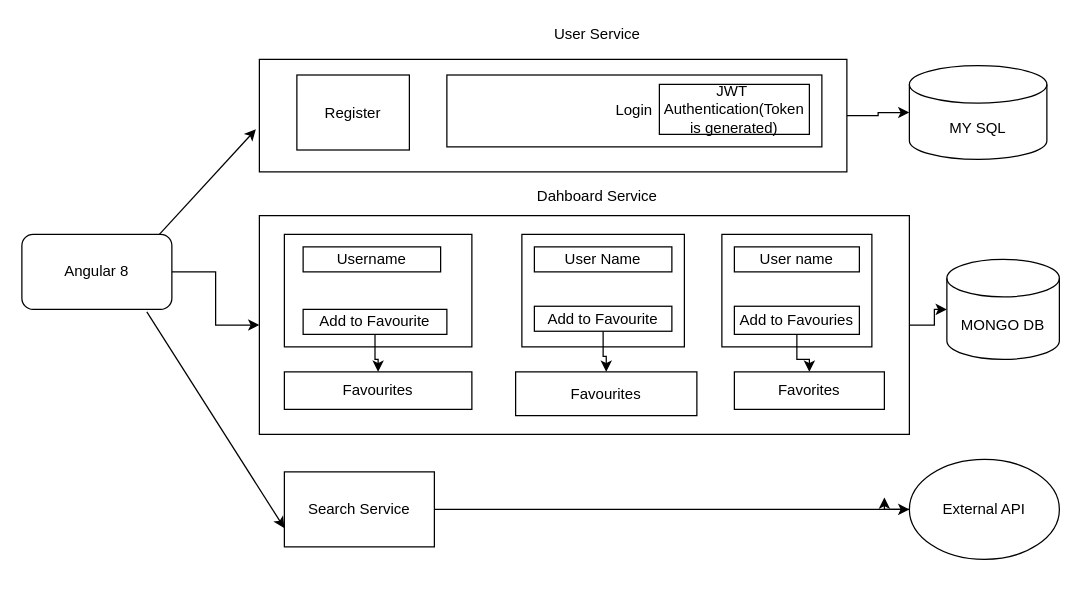
This is Untitled Diagram.drawio from kalavalajyothsna/config-service-repository, a draw.io file, before an edit. Source tidied: cells renumbered, new cells numbered last; positions are measured from the earlier drawing's top-left corner, leaving out a move shared by most shapes. Both pictures are drawn from the tidied source at 125%, with x=0, y=0 at pixel (21, 21).
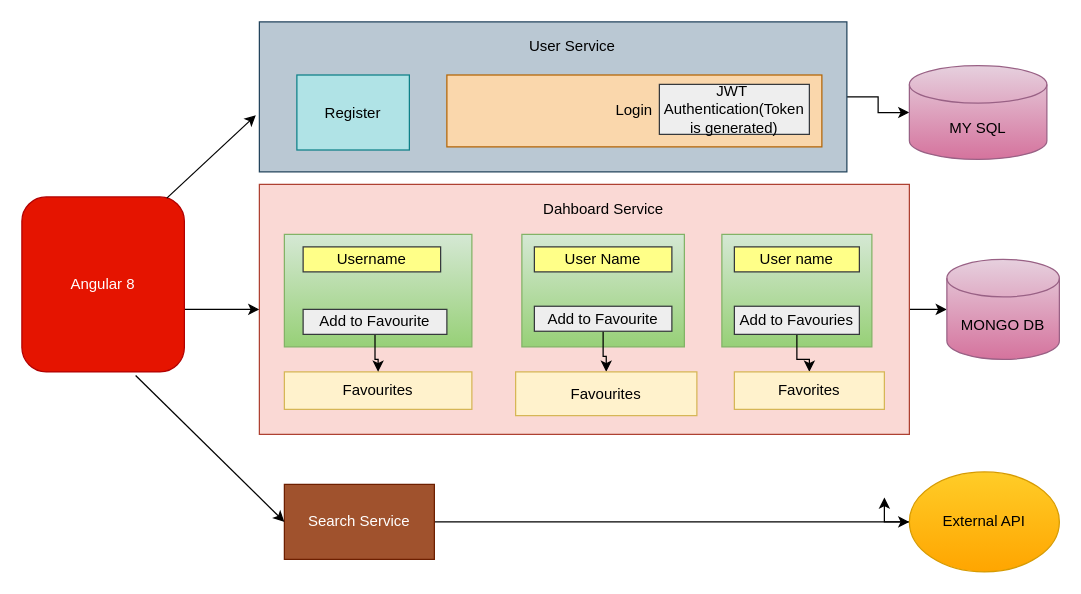
Above is the later version.

What changed in the source:
```diff
@@
     <mxCell id="2" style="edgeStyle=orthogonalEdgeStyle;rounded=0;jettySize=auto;html=1;" parent="1" edge="1" source="3" target="7">
-      <mxGeometry relative="1" as="geometry" />
+      <mxGeometry relative="1" as="geometry">
+        <Array as="points">
+          <mxPoint x="150" y="230" />
+          <mxPoint x="150" y="230" />
+        </Array>
+      </mxGeometry>
     </mxCell>
-    <mxCell id="3" value="Angular 8" style="rounded=1;whiteSpace=wrap;html=1;" parent="1" vertex="1">
-      <mxGeometry y="170" width="120" height="60" as="geometry" />
+    <mxCell id="3" value="Angular 8" style="rounded=1;whiteSpace=wrap;html=1;fillColor=#e51400;strokeColor=#B20000;fontColor=#ffffff;" parent="1" vertex="1">
+      <mxGeometry y="140" width="130" height="140" as="geometry" />
     </mxCell>
@@
-    <mxCell id="5" style="rounded=0;whiteSpace=wrap;html=1;" parent="1" vertex="1">
-      <mxGeometry x="190" y="30" width="470" height="90" as="geometry" />
+    <mxCell id="5" style="rounded=0;whiteSpace=wrap;html=1;fillColor=#bac8d3;strokeColor=#23445d;" parent="1" vertex="1">
+      <mxGeometry x="190" width="470" height="120" as="geometry" />
     </mxCell>
@@
-    <mxCell id="7" style="rounded=0;whiteSpace=wrap;html=1;" parent="1" vertex="1">
-      <mxGeometry x="190" y="155" width="520" height="175" as="geometry" />
+    <mxCell id="7" style="rounded=0;whiteSpace=wrap;html=1;fillColor=#fad9d5;strokeColor=#ae4132;" parent="1" vertex="1">
+      <mxGeometry x="190" y="130" width="520" height="200" as="geometry" />
     </mxCell>
@@
-    <mxCell id="9" value="Search Service" style="rounded=0;whiteSpace=wrap;html=1;" parent="1" vertex="1">
-      <mxGeometry x="210" y="360" width="120" height="60" as="geometry" />
+    <mxCell id="9" value="Search Service" style="rounded=0;whiteSpace=wrap;html=1;fillColor=#a0522d;strokeColor=#6D1F00;fontColor=#ffffff;" parent="1" vertex="1">
+      <mxGeometry x="210" y="370" width="120" height="60" as="geometry" />
     </mxCell>
-    <mxCell id="10" value="MY SQL" style="shape=cylinder3;whiteSpace=wrap;html=1;boundedLbl=1;backgroundOutline=1;size=15;" parent="1" vertex="1">
+    <mxCell id="10" value="MY SQL" style="shape=cylinder3;whiteSpace=wrap;html=1;boundedLbl=1;backgroundOutline=1;size=15;fillColor=#e6d0de;strokeColor=#996185;gradientColor=#d5739d;" parent="1" vertex="1">
       <mxGeometry x="710" y="35" width="110" height="75" as="geometry" />
     </mxCell>
-    <mxCell id="11" value="Login" style="rounded=0;whiteSpace=wrap;html=1;" parent="1" vertex="1">
+    <mxCell id="11" value="Login" style="rounded=0;whiteSpace=wrap;html=1;fillColor=#fad7ac;strokeColor=#b46504;" parent="1" vertex="1">
       <mxGeometry x="340" y="42.5" width="300" height="57.5" as="geometry" />
     </mxCell>
-    <mxCell id="12" value="Register" style="rounded=0;whiteSpace=wrap;html=1;" parent="1" vertex="1">
+    <mxCell id="12" value="Register" style="rounded=0;whiteSpace=wrap;html=1;fillColor=#b0e3e6;strokeColor=#0e8088;" parent="1" vertex="1">
       <mxGeometry x="220" y="42.5" width="90" height="60" as="geometry" />
     </mxCell>
     <mxCell id="13" value="User Service" style="text;html=1;align=center;verticalAlign=middle;" parent="1" vertex="1">
-      <mxGeometry x="420" width="80" height="20" as="geometry" />
+      <mxGeometry x="400" y="10" width="80" height="20" as="geometry" />
     </mxCell>
-    <mxCell id="14" value="JWT&amp;nbsp;&lt;br&gt;Authentication(Token is generated)" style="rounded=0;whiteSpace=wrap;html=1;" parent="1" vertex="1">
+    <mxCell id="14" value="JWT&amp;nbsp;&lt;br&gt;Authentication(Token is generated)" style="rounded=0;whiteSpace=wrap;html=1;fillColor=#eeeeee;strokeColor=#36393d;" parent="1" vertex="1">
       <mxGeometry x="510" y="50" width="120" height="40" as="geometry" />
     </mxCell>
-    <mxCell id="15" value="Favourites" style="rounded=0;whiteSpace=wrap;html=1;" parent="1" vertex="1">
+    <mxCell id="15" value="Favourites" style="rounded=0;whiteSpace=wrap;html=1;fillColor=#fff2cc;strokeColor=#d6b656;" parent="1" vertex="1">
       <mxGeometry x="210" y="280" width="150" height="30" as="geometry" />
     </mxCell>
     <mxCell id="16" value="Dahboard Service" style="text;html=1;align=center;verticalAlign=middle;" parent="1" vertex="1">
-      <mxGeometry x="405" y="130" width="110" height="20" as="geometry" />
+      <mxGeometry x="410" y="140" width="110" height="20" as="geometry" />
     </mxCell>
-    <mxCell id="17" value="MONGO DB" style="shape=cylinder3;whiteSpace=wrap;html=1;boundedLbl=1;backgroundOutline=1;size=15;" parent="1" vertex="1">
+    <mxCell id="17" value="MONGO DB" style="shape=cylinder3;whiteSpace=wrap;html=1;boundedLbl=1;backgroundOutline=1;size=15;gradientColor=#d5739d;fillColor=#e6d0de;strokeColor=#996185;" parent="1" vertex="1">
       <mxGeometry x="740" y="190" width="90" height="80" as="geometry" />
     </mxCell>
@@
-    <mxCell id="19" value="External API" style="ellipse;whiteSpace=wrap;html=1;" parent="1" vertex="1">
-      <mxGeometry x="710" y="350" width="120" height="80" as="geometry" />
+    <mxCell id="19" value="External API" style="ellipse;whiteSpace=wrap;html=1;gradientColor=#ffa500;fillColor=#ffcd28;strokeColor=#d79b00;" parent="1" vertex="1">
+      <mxGeometry x="710" y="360" width="120" height="80" as="geometry" />
     </mxCell>
-    <mxCell id="20" style="endArrow=classic;html=1;entryX=-0.006;entryY=0.622;entryDx=0;entryDy=0;entryPerimeter=0;" parent="1" edge="1" target="5">
-      <mxGeometry relative="1" as="geometry">
-        <mxPoint x="110" y="170" as="sourcePoint" />
-      </mxGeometry>
+    <mxCell id="20" style="endArrow=classic;html=1;entryX=-0.006;entryY=0.622;entryDx=0;entryDy=0;entryPerimeter=0;exitX=0.892;exitY=0.007;exitDx=0;exitDy=0;exitPerimeter=0;" parent="1" edge="1" source="3" target="5">
+      <mxGeometry relative="1" as="geometry" />
     </mxCell>
-    <mxCell id="21" style="endArrow=classic;html=1;entryX=0;entryY=0.75;entryDx=0;entryDy=0;exitX=0.833;exitY=1.033;exitDx=0;exitDy=0;exitPerimeter=0;" parent="1" edge="1" source="3" target="9">
-      <mxGeometry relative="1" as="geometry" />
-    </mxCell>
-    <mxCell id="22" style="rounded=0;whiteSpace=wrap;html=1;" parent="1" vertex="1">
+    <mxCell id="22" style="rounded=0;whiteSpace=wrap;html=1;gradientColor=#97d077;fillColor=#d5e8d4;strokeColor=#82b366;" parent="1" vertex="1">
       <mxGeometry x="210" y="170" width="150" height="90" as="geometry" />
     </mxCell>
@@
-    <mxCell id="24" value="Add to Favourite" style="rounded=0;whiteSpace=wrap;html=1;" parent="1" vertex="1">
+    <mxCell id="24" value="Add to Favourite" style="rounded=0;whiteSpace=wrap;html=1;fillColor=#eeeeee;strokeColor=#36393d;" parent="1" vertex="1">
       <mxGeometry x="225" y="230" width="115" height="20" as="geometry" />
     </mxCell>
-    <mxCell id="25" value="Username" style="rounded=0;whiteSpace=wrap;html=1;" parent="1" vertex="1">
+    <mxCell id="25" value="Username" style="rounded=0;whiteSpace=wrap;html=1;fillColor=#ffff88;strokeColor=#36393d;" parent="1" vertex="1">
       <mxGeometry x="225" y="180" width="110" height="20" as="geometry" />
     </mxCell>
-    <mxCell id="26" style="rounded=0;whiteSpace=wrap;html=1;" parent="1" vertex="1">
+    <mxCell id="26" style="rounded=0;whiteSpace=wrap;html=1;gradientColor=#97d077;fillColor=#d5e8d4;strokeColor=#82b366;" parent="1" vertex="1">
       <mxGeometry x="400" y="170" width="130" height="90" as="geometry" />
     </mxCell>
-    <mxCell id="27" value="User Name" style="rounded=0;whiteSpace=wrap;html=1;" parent="1" vertex="1">
+    <mxCell id="27" value="User Name" style="rounded=0;whiteSpace=wrap;html=1;fillColor=#ffff88;strokeColor=#36393d;" parent="1" vertex="1">
       <mxGeometry x="410" y="180" width="110" height="20" as="geometry" />
     </mxCell>
@@
-    <mxCell id="29" value="Add to Favourite" style="rounded=0;whiteSpace=wrap;html=1;" parent="1" vertex="1">
+    <mxCell id="29" value="Add to Favourite" style="rounded=0;whiteSpace=wrap;html=1;fillColor=#eeeeee;strokeColor=#36393d;" parent="1" vertex="1">
       <mxGeometry x="410" y="227.5" width="110" height="20" as="geometry" />
     </mxCell>
-    <mxCell id="30" value="Favourites" style="rounded=0;whiteSpace=wrap;html=1;" parent="1" vertex="1">
+    <mxCell id="30" value="Favourites" style="rounded=0;whiteSpace=wrap;html=1;fillColor=#fff2cc;strokeColor=#d6b656;" parent="1" vertex="1">
       <mxGeometry x="395" y="280" width="145" height="35" as="geometry" />
     </mxCell>
-    <mxCell id="31" style="rounded=0;whiteSpace=wrap;html=1;" parent="1" vertex="1">
+    <mxCell id="31" style="rounded=0;whiteSpace=wrap;html=1;gradientColor=#97d077;fillColor=#d5e8d4;strokeColor=#82b366;" parent="1" vertex="1">
       <mxGeometry x="560" y="170" width="120" height="90" as="geometry" />
     </mxCell>
-    <mxCell id="32" value="User name" style="rounded=0;whiteSpace=wrap;html=1;" parent="1" vertex="1">
+    <mxCell id="32" value="User name" style="rounded=0;whiteSpace=wrap;html=1;fillColor=#ffff88;strokeColor=#36393d;" parent="1" vertex="1">
       <mxGeometry x="570" y="180" width="100" height="20" as="geometry" />
     </mxCell>
@@
-    <mxCell id="34" value="Add to Favouries" style="rounded=0;whiteSpace=wrap;html=1;" parent="1" vertex="1">
+    <mxCell id="34" value="Add to Favouries" style="rounded=0;whiteSpace=wrap;html=1;fillColor=#eeeeee;strokeColor=#36393d;" parent="1" vertex="1">
       <mxGeometry x="570" y="227.5" width="100" height="22.5" as="geometry" />
     </mxCell>
-    <mxCell id="35" value="Favorites" style="rounded=0;whiteSpace=wrap;html=1;" parent="1" vertex="1">
+    <mxCell id="35" value="Favorites" style="rounded=0;whiteSpace=wrap;html=1;fillColor=#fff2cc;strokeColor=#d6b656;" parent="1" vertex="1">
       <mxGeometry x="570" y="280" width="120" height="30" as="geometry" />
     </mxCell>
+    <mxCell id="21" style="endArrow=classic;html=1;entryX=0;entryY=0.5;entryDx=0;entryDy=0;exitX=0.7;exitY=1.021;exitDx=0;exitDy=0;exitPerimeter=0;" parent="1" edge="1" source="3" target="9">
+      <mxGeometry relative="1" as="geometry" />
+    </mxCell>
```
